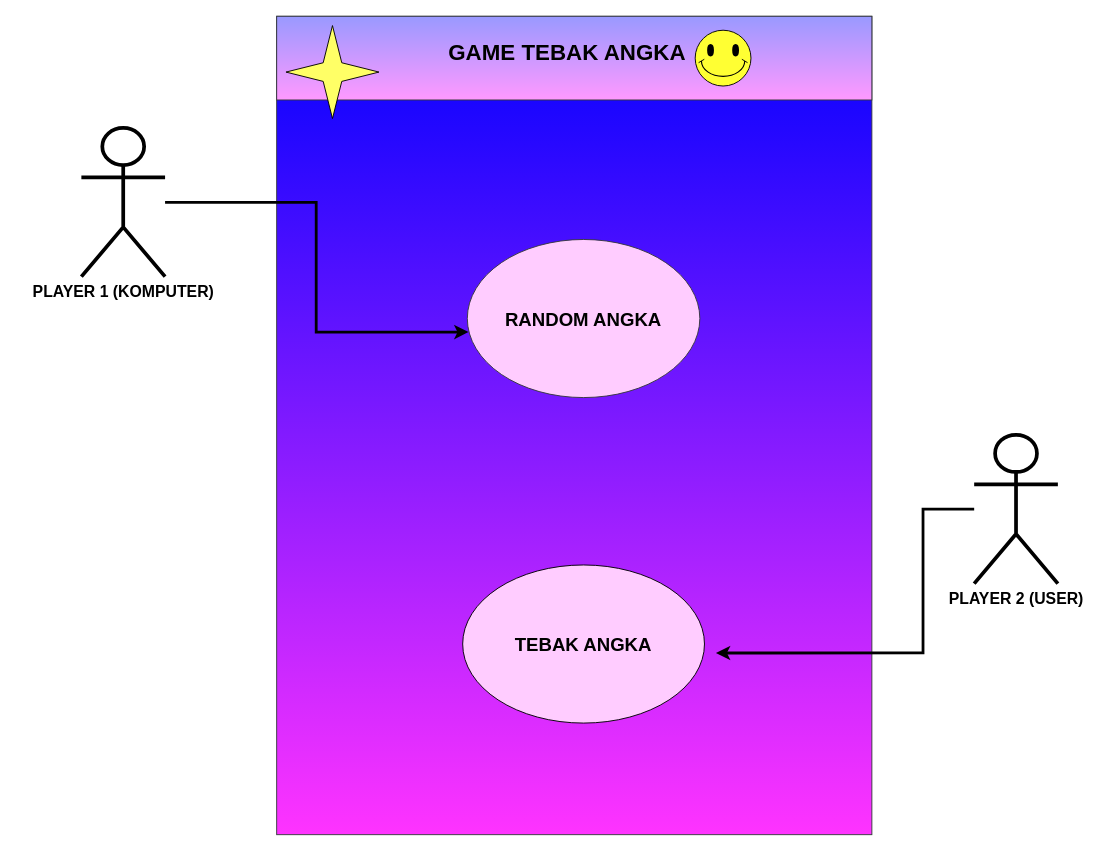
This is USE-CASE.drawio from Fani-Caryna/jobsheet1, a draw.io file, before an edit. Source tidied: cells renumbered, new cells numbered last; positions are measured from the earlier drawing's top-left corner, leaving out a move shared by most shapes. Both pictures are drawn from the tidied source at 93%, with x=0, y=0 at pixel (81, 16).
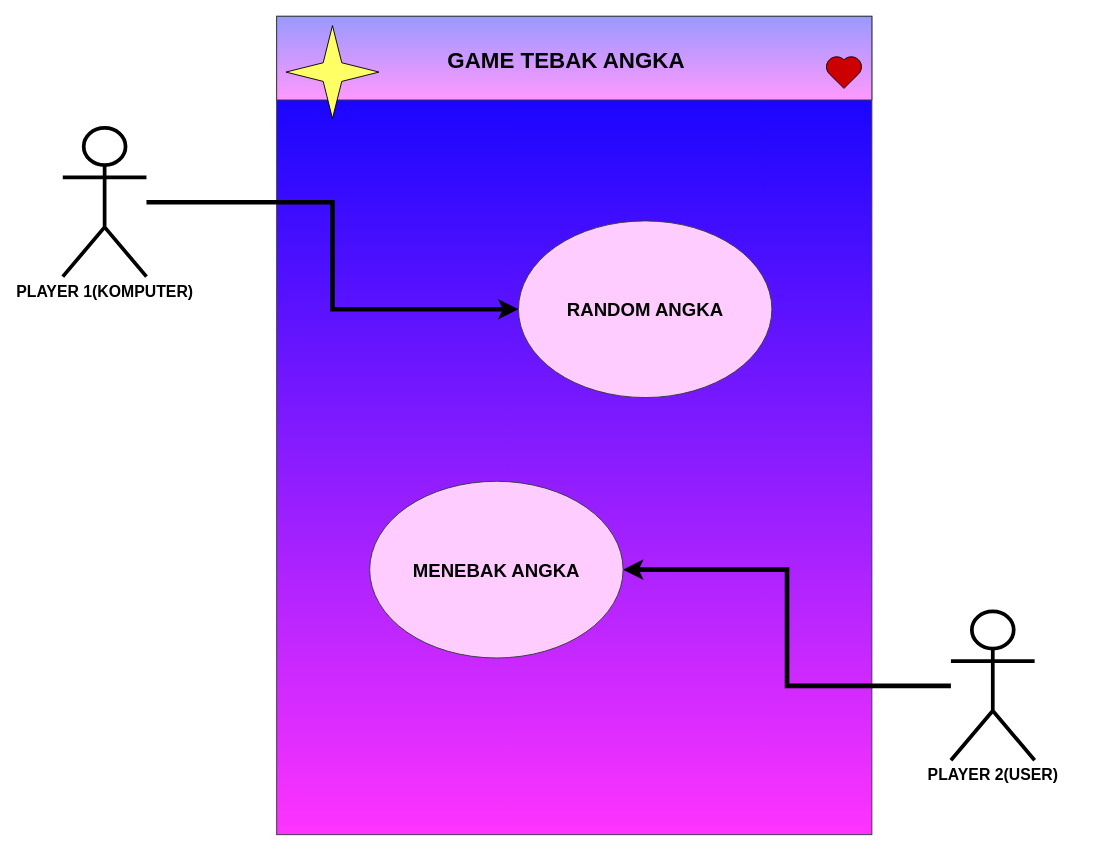
After the change.

Change to the diagram source:
```diff
@@
 <mxGraphModel>
   <root>
     <mxCell id="0" />
     <mxCell id="1" parent="0" />
     <mxCell id="2" style="rounded=0;whiteSpace=wrap;html=1;rotation=-90;fillColor=#0000FF;strokeColor=#36393d;gradientColor=#FF33FF;gradientDirection=west;" parent="1" vertex="1">
       <mxGeometry x="90" y="120" width="880" height="640" as="geometry" />
     </mxCell>
-    <mxCell id="3" style="edgeStyle=orthogonalEdgeStyle;rounded=0;jettySize=auto;html=1;entryX=0.005;entryY=0.586;entryDx=0;entryDy=0;entryPerimeter=0;strokeWidth=3;" parent="1" edge="1" source="4" target="9">
+    <mxCell id="3" style="edgeStyle=orthogonalEdgeStyle;rounded=0;jettySize=auto;html=1;entryX=0;entryY=0.5;entryDx=0;entryDy=0;strokeWidth=5;" parent="1" edge="1" source="4" target="9">
       <mxGeometry relative="1" as="geometry" />
     </mxCell>
-    <mxCell id="4" value="&lt;span style=&quot;font-size: 17px;&quot;&gt;&lt;b&gt;PLAYER 1 (KOMPUTER)&lt;/b&gt;&lt;/span&gt;" style="shape=umlActor;verticalLabelPosition=bottom;verticalAlign=top;html=1;outlineConnect=0;strokeColor=#000000;strokeWidth=4;" parent="1" vertex="1">
-      <mxGeometry y="120" width="90" height="160" as="geometry" />
+    <mxCell id="4" value="&lt;span style=&quot;font-size: 17px;&quot;&gt;&lt;b&gt;PLAYER 1(KOMPUTER)&lt;/b&gt;&lt;/span&gt;" style="shape=umlActor;verticalLabelPosition=bottom;verticalAlign=top;html=1;outlineConnect=0;strokeColor=#000000;strokeWidth=4;" parent="1" vertex="1">
+      <mxGeometry x="-20" y="120" width="90" height="160" as="geometry" />
     </mxCell>
-    <mxCell id="5" style="edgeStyle=orthogonalEdgeStyle;rounded=0;jettySize=auto;html=1;entryX=0.222;entryY=0.738;entryDx=0;entryDy=0;entryPerimeter=0;strokeWidth=3;" parent="1" edge="1" source="6" target="2">
-      <mxGeometry relative="1" as="geometry" />
-    </mxCell>
+    <mxCell id="13" style="edgeStyle=orthogonalEdgeStyle;rounded=0;jettySize=auto;html=1;entryX=1;entryY=0.5;entryDx=0;entryDy=0;strokeWidth=5;" parent="1" edge="1" source="6" target="15">
+      <mxGeometry relative="1" as="geometry" />
+    </mxCell>
-    <mxCell id="6" value="&lt;b&gt;&lt;font style=&quot;font-size: 17px;&quot;&gt;PLAYER 2 (USER)&lt;/font&gt;&lt;/b&gt;" style="shape=umlActor;verticalLabelPosition=bottom;verticalAlign=top;html=1;outlineConnect=0;strokeWidth=4;" parent="1" vertex="1">
-      <mxGeometry x="960" y="450" width="90" height="160" as="geometry" />
+    <mxCell id="6" value="&lt;span style=&quot;font-size: 17px;&quot;&gt;&lt;b&gt;PLAYER 2(USER)&lt;/b&gt;&lt;/span&gt;" style="shape=umlActor;verticalLabelPosition=bottom;verticalAlign=top;html=1;outlineConnect=0;strokeWidth=4;" parent="1" vertex="1">
+      <mxGeometry x="935" y="640" width="90" height="160" as="geometry" />
     </mxCell>
     <mxCell id="7" style="rounded=0;whiteSpace=wrap;html=1;fillColor=#9999FF;strokeColor=#36393d;gradientColor=#FF99FF;" parent="1" vertex="1">
       <mxGeometry x="210" width="640" height="90" as="geometry" />
     </mxCell>
     <mxCell id="8" value="&lt;h1&gt;GAME TEBAK ANGKA&lt;/h1&gt;" style="text;html=1;strokeColor=none;fillColor=none;spacing=5;spacingTop=-20;whiteSpace=wrap;overflow=hidden;rounded=0;" parent="1" vertex="1">
-      <mxGeometry x="390" y="20" width="270" height="50" as="geometry" />
+      <mxGeometry x="388.8" y="27.5" width="282.5" height="50" as="geometry" />
     </mxCell>
-    <mxCell id="9" value="&lt;font size=&quot;1&quot; style=&quot;&quot;&gt;&lt;b style=&quot;font-size: 20px;&quot;&gt;RANDOM ANGKA&lt;/b&gt;&lt;/font&gt;" style="ellipse;whiteSpace=wrap;html=1;fillColor=#FFCCFF;strokeColor=#36393d;gradientColor=none;" parent="1" vertex="1">
-      <mxGeometry x="415" y="240" width="250" height="170" as="geometry" />
+    <mxCell id="9" value="&lt;span style=&quot;font-size: 20px;&quot;&gt;&lt;b&gt;RANDOM ANGKA&lt;/b&gt;&lt;/span&gt;" style="ellipse;whiteSpace=wrap;html=1;fillColor=#FFCCFF;strokeColor=#36393d;gradientColor=none;" parent="1" vertex="1">
+      <mxGeometry x="470" y="220" width="272.5" height="190" as="geometry" />
     </mxCell>
-    <mxCell id="10" value="&lt;b&gt;&lt;font style=&quot;font-size: 20px;&quot;&gt;TEBAK ANGKA&lt;/font&gt;&lt;/b&gt;" style="ellipse;whiteSpace=wrap;html=1;gradientColor=none;fillColor=#FFCCFF;" parent="1" vertex="1">
-      <mxGeometry x="410" y="590" width="260" height="170" as="geometry" />
-    </mxCell>
     <mxCell id="11" style="verticalLabelPosition=bottom;verticalAlign=top;html=1;shape=mxgraph.basic.4_point_star_2;dx=0.8;fillColor=#FFFF66;" parent="1" vertex="1">
       <mxGeometry x="220" y="10" width="100" height="100" as="geometry" />
     </mxCell>
-    <mxCell id="12" style="verticalLabelPosition=bottom;verticalAlign=top;html=1;shape=mxgraph.basic.smiley;fillColor=#FFFF33;" parent="1" vertex="1">
-      <mxGeometry x="660" y="15" width="60" height="60" as="geometry" />
-    </mxCell>
+    <mxCell id="14" style="verticalLabelPosition=bottom;verticalAlign=top;html=1;shape=mxgraph.basic.heart;fillColor=#CC0000;" parent="1" vertex="1">
+      <mxGeometry x="800" y="42.5" width="40" height="35" as="geometry" />
+    </mxCell>
+    <mxCell id="15" value="&lt;span style=&quot;font-size: 20px;&quot;&gt;&lt;b&gt;MENEBAK ANGKA&lt;/b&gt;&lt;/span&gt;" style="ellipse;whiteSpace=wrap;html=1;fillColor=#FFCCFF;strokeColor=#36393d;gradientColor=none;" parent="1" vertex="1">
+      <mxGeometry x="310" y="500" width="272.5" height="190" as="geometry" />
+    </mxCell>
   </root>
 </mxGraphModel>
```
